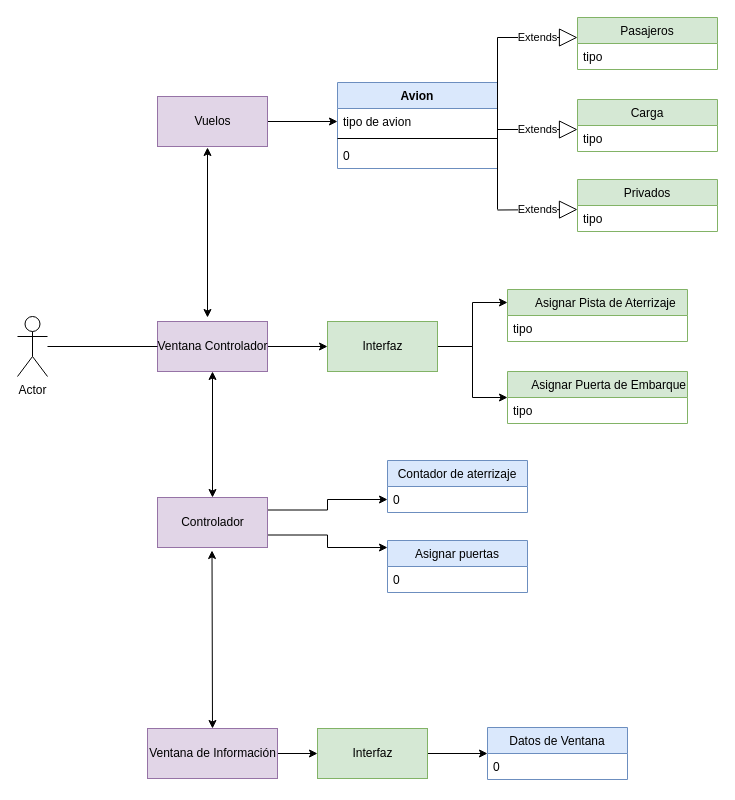
This is Diagrama proyecto 2.drawio from CarlosArango33/Proyecto2_POO, a draw.io file, before an edit. Source tidied: cells renumbered, new cells numbered last; positions are measured from the earlier drawing's top-left corner, leaving out a move shared by most shapes. Both pictures are drawn from the tidied source at 100%, with x=0, y=0 at pixel (17, 17).
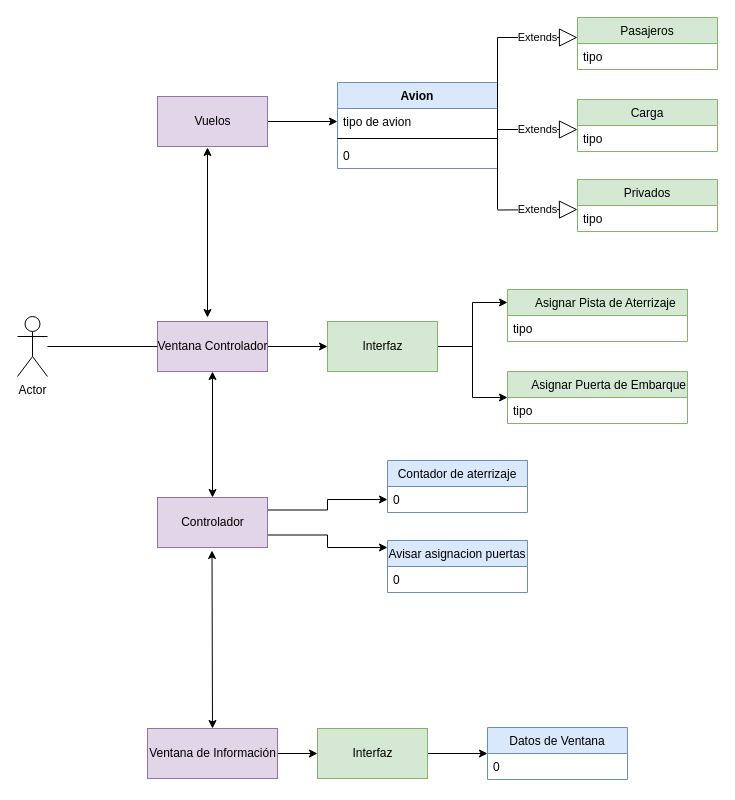
After the change.

Diff of the diagram source:
```diff
@@
-    <mxCell id="28" value="Asignar puertas" style="swimlane;fontStyle=0;horizontal=1;startSize=26;fillColor=#dae8fc;strokeColor=#6c8ebf;" parent="1" vertex="1">
+    <mxCell id="28" value="Avisar asignacion puertas" style="swimlane;fontStyle=0;horizontal=1;startSize=26;fillColor=#dae8fc;strokeColor=#6c8ebf;" parent="1" vertex="1">
       <mxGeometry x="370" y="523" width="140" height="52" as="geometry" />
     </mxCell>
```
